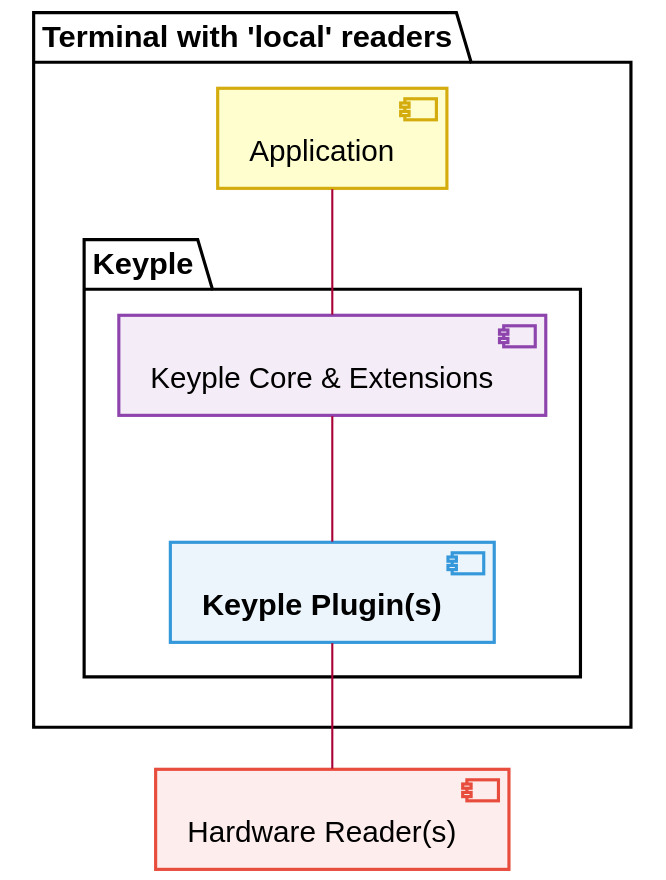
yvonneyam/keyple-website keeps this PlantUML diagram as media/local-app/component/Local_Application_Components_Overview.svg. Above is the earlier version.
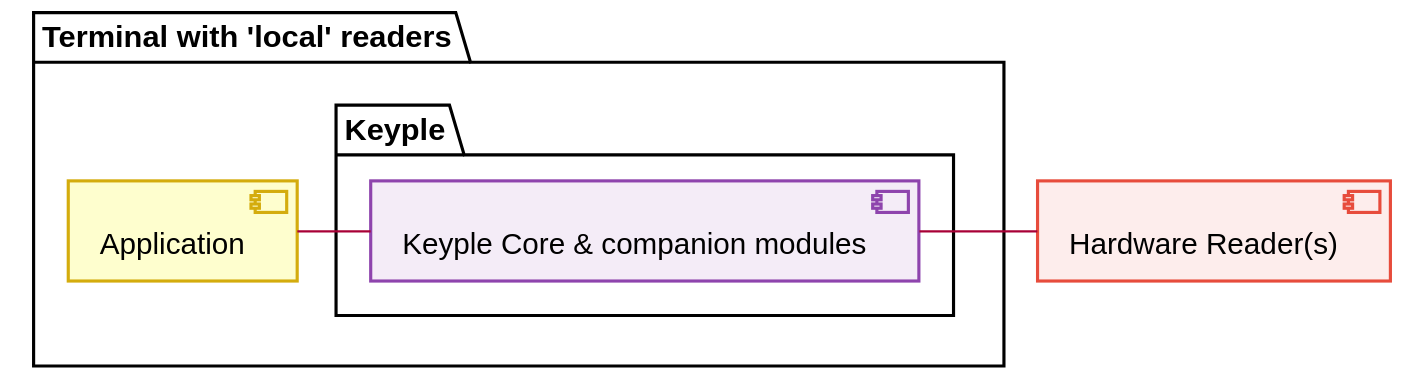
Above is the later version.

Change to the diagram source:
```diff
@@ -26,16 +26,14 @@
 package "Terminal with 'local' readers" {
     [Application] as appA
     package "Keyple" as localKeyple {
-        [**Keyple Plugin(s)**] as localLib <<blue>>
-        [Keyple Core & Extensions] as localKeypleLibs <<purple>>
+        [Keyple Core & companion modules] as localKeypleLibs <<purple>>
     }
 }
 
 
 
-appA -- localKeypleLibs
-localKeypleLibs -- localLib
-localLib -- reader
+appA - localKeypleLibs
+localKeypleLibs - reader
 
 
 @enduml
```
